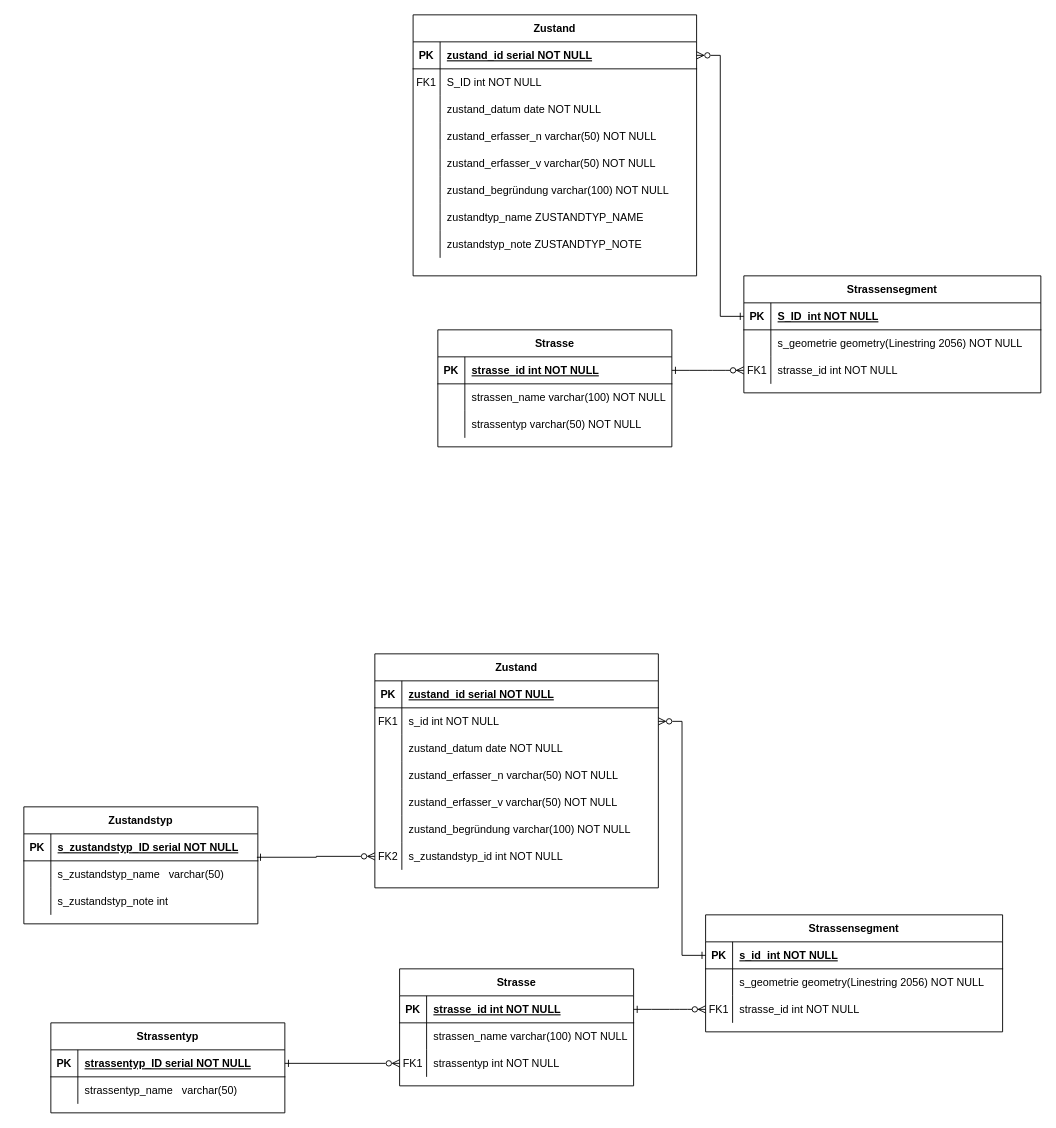
Before: DB/db_aufbau.drawio in AJPB4133/IP3, a draw.io diagram. Source tidied: cells renumbered, new cells numbered last; positions are measured from the earlier drawing's top-left corner, leaving out a move shared by most shapes. Both pictures are drawn from the tidied source at 90%, with x=0, y=0 at pixel (23, 14).
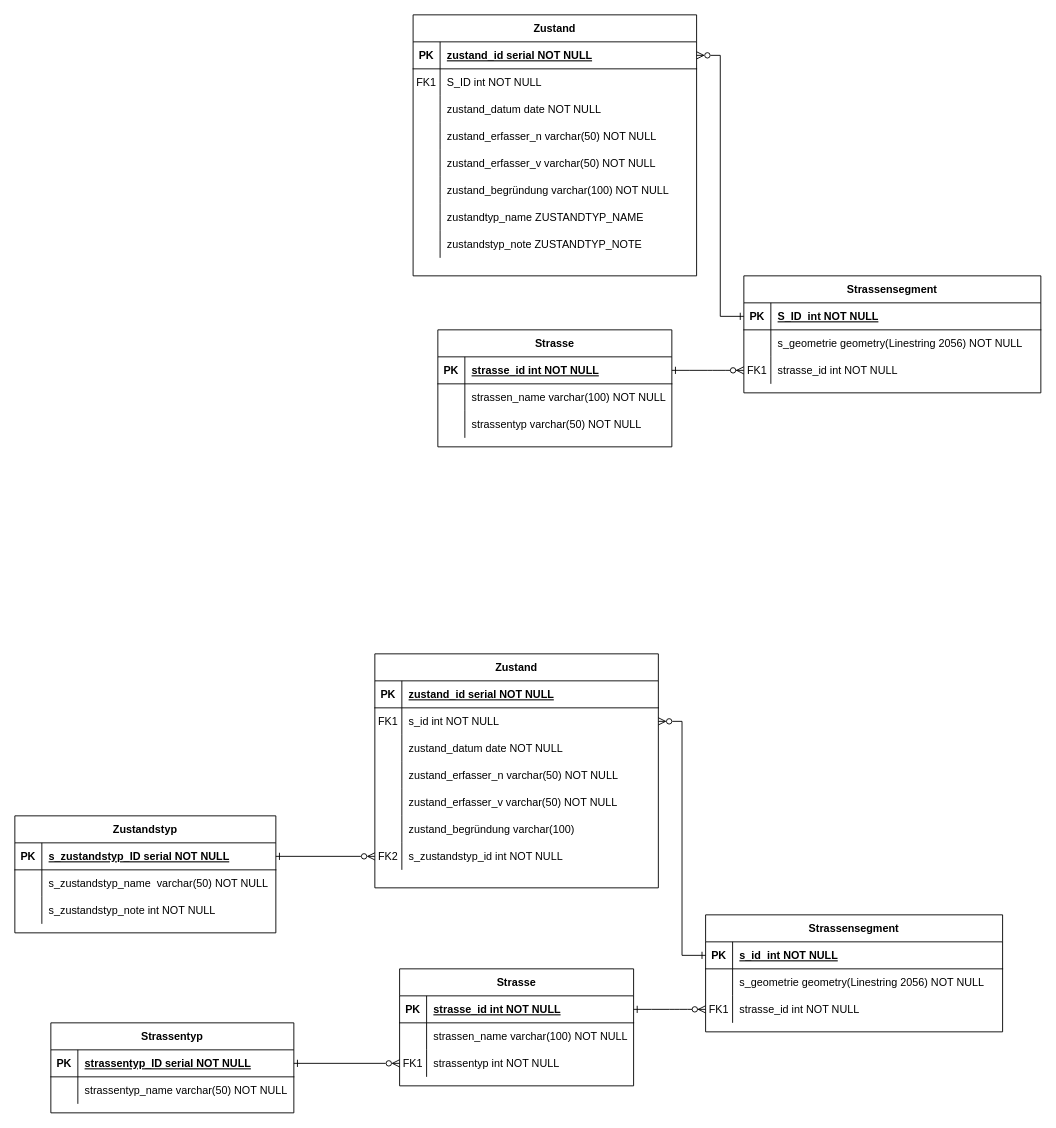
The same diagram, later.

Unchanged cells that the change refers to:
```xml
<mxCell id="76" style="shape=partialRectangle;fillColor=none;top=0;left=0;right=0;bottom=0;" parent="60" vertex="1">
  <mxGeometry y="180" width="315" height="30" as="geometry" />
</mxCell>
<mxCell id="79" style="shape=partialRectangle;fillColor=none;points=[[0,0.5],[1,0.5]];portConstraint=eastwest;top=0;left=0;right=0;bottom=0;" parent="60" vertex="1">
  <mxGeometry y="210" width="315" height="30" as="geometry" />
</mxCell>
```

What changed in the source:
```diff
@@
-    <mxCell id="78" value="zustand_begründung varchar(100) NOT NULL" style="shape=partialRectangle;overflow=hidden;fillColor=none;top=0;left=0;bottom=0;right=0;align=left;spacingLeft=6;" parent="76" vertex="1">
+    <mxCell id="78" value="zustand_begründung varchar(100) " style="shape=partialRectangle;overflow=hidden;fillColor=none;top=0;left=0;bottom=0;right=0;align=left;spacingLeft=6;" parent="76" vertex="1">
       <mxGeometry x="30" width="285" height="30" as="geometry" />
     </mxCell>
@@
     <mxCell id="94" value="Strassentyp" style="shape=table;startSize=30;childLayout=tableLayout;rowLines=0;fontStyle=1;align=center;" parent="1" vertex="1">
-      <mxGeometry x="30" y="1120" width="260" height="100" as="geometry" />
+      <mxGeometry x="30" y="1120" width="270" height="100" as="geometry" />
     </mxCell>
     <mxCell id="95" style="shape=partialRectangle;fillColor=none;points=[[0,0.5],[1,0.5]];portConstraint=eastwest;top=0;left=0;right=0;bottom=1;" parent="94" vertex="1">
-      <mxGeometry y="30" width="260" height="30" as="geometry" />
+      <mxGeometry y="30" width="270" height="30" as="geometry" />
     </mxCell>
@@
     <mxCell id="97" value="strassentyp_ID serial NOT NULL" style="shape=partialRectangle;overflow=hidden;fillColor=none;top=0;left=0;bottom=0;right=0;align=left;spacingLeft=6;fontStyle=5;" parent="95" vertex="1">
-      <mxGeometry x="30" width="230" height="30" as="geometry" />
+      <mxGeometry x="30" width="240" height="30" as="geometry" />
     </mxCell>
     <mxCell id="98" style="shape=partialRectangle;fillColor=none;top=0;left=0;right=0;bottom=0;" parent="94" vertex="1">
-      <mxGeometry y="60" width="260" height="30" as="geometry" />
+      <mxGeometry y="60" width="270" height="30" as="geometry" />
     </mxCell>
@@
-    <mxCell id="100" value="strassentyp_name   varchar(50)" style="shape=partialRectangle;overflow=hidden;fillColor=none;top=0;left=0;bottom=0;right=0;align=left;spacingLeft=6;" parent="98" vertex="1">
-      <mxGeometry x="30" width="230" height="30" as="geometry" />
+    <mxCell id="100" value="strassentyp_name varchar(50) NOT NULL" style="shape=partialRectangle;overflow=hidden;fillColor=none;top=0;left=0;bottom=0;right=0;align=left;spacingLeft=6;" parent="98" vertex="1">
+      <mxGeometry x="30" width="240" height="30" as="geometry" />
     </mxCell>
-    <mxCell id="101" style="edgeStyle=orthogonalEdgeStyle;rounded=0;jettySize=auto;html=1;exitX=0.996;exitY=-0.133;exitDx=0;exitDy=0;entryX=0;entryY=0.5;entryDx=0;entryDy=0;startArrow=ERone;startFill=0;endArrow=ERzeroToMany;endFill=0;exitPerimeter=0;" parent="1" edge="1" source="106" target="79">
+    <mxCell id="101" style="edgeStyle=orthogonalEdgeStyle;rounded=0;jettySize=auto;html=1;exitX=1;exitY=0.5;exitDx=0;exitDy=0;entryX=0;entryY=0.5;entryDx=0;entryDy=0;startArrow=ERone;startFill=0;endArrow=ERzeroToMany;endFill=0;" parent="1" edge="1" source="103" target="79">
       <mxGeometry relative="1" as="geometry" />
     </mxCell>
     <mxCell id="102" value="Zustandstyp" style="shape=table;startSize=30;childLayout=tableLayout;rowLines=0;fontStyle=1;align=center;" parent="1" vertex="1">
-      <mxGeometry y="880" width="260" height="130" as="geometry" />
+      <mxGeometry x="-10" y="890" width="290" height="130" as="geometry" />
     </mxCell>
     <mxCell id="103" style="shape=partialRectangle;fillColor=none;points=[[0,0.5],[1,0.5]];portConstraint=eastwest;top=0;left=0;right=0;bottom=1;" parent="102" vertex="1">
-      <mxGeometry y="30" width="260" height="30" as="geometry" />
+      <mxGeometry y="30" width="290" height="30" as="geometry" />
     </mxCell>
@@
     <mxCell id="105" value="s_zustandstyp_ID serial NOT NULL" style="shape=partialRectangle;overflow=hidden;fillColor=none;top=0;left=0;bottom=0;right=0;align=left;spacingLeft=6;fontStyle=5;" parent="103" vertex="1">
-      <mxGeometry x="30" width="230" height="30" as="geometry" />
+      <mxGeometry x="30" width="260" height="30" as="geometry" />
     </mxCell>
     <mxCell id="106" style="shape=partialRectangle;fillColor=none;points=[[0,0.5],[1,0.5]];portConstraint=eastwest;top=0;left=0;right=0;bottom=0;" parent="102" vertex="1">
-      <mxGeometry y="60" width="260" height="30" as="geometry" />
+      <mxGeometry y="60" width="290" height="30" as="geometry" />
     </mxCell>
@@
-    <mxCell id="108" value="s_zustandstyp_name   varchar(50)" style="shape=partialRectangle;overflow=hidden;fillColor=none;top=0;left=0;bottom=0;right=0;align=left;spacingLeft=6;" parent="106" vertex="1">
-      <mxGeometry x="30" width="230" height="30" as="geometry" />
+    <mxCell id="108" value="s_zustandstyp_name  varchar(50) NOT NULL" style="shape=partialRectangle;overflow=hidden;fillColor=none;top=0;left=0;bottom=0;right=0;align=left;spacingLeft=6;" parent="106" vertex="1">
+      <mxGeometry x="30" width="260" height="30" as="geometry" />
     </mxCell>
     <mxCell id="109" style="shape=partialRectangle;fillColor=none;top=0;left=0;right=0;bottom=0;" parent="102" vertex="1">
-      <mxGeometry y="90" width="260" height="30" as="geometry" />
+      <mxGeometry y="90" width="290" height="30" as="geometry" />
     </mxCell>
@@
-    <mxCell id="111" value="s_zustandstyp_note int" style="shape=partialRectangle;overflow=hidden;fillColor=none;top=0;left=0;bottom=0;right=0;align=left;spacingLeft=6;" parent="109" vertex="1">
-      <mxGeometry x="30" width="230" height="30" as="geometry" />
+    <mxCell id="111" value="s_zustandstyp_note int NOT NULL" style="shape=partialRectangle;overflow=hidden;fillColor=none;top=0;left=0;bottom=0;right=0;align=left;spacingLeft=6;" parent="109" vertex="1">
+      <mxGeometry x="30" width="260" height="30" as="geometry" />
     </mxCell>
```
